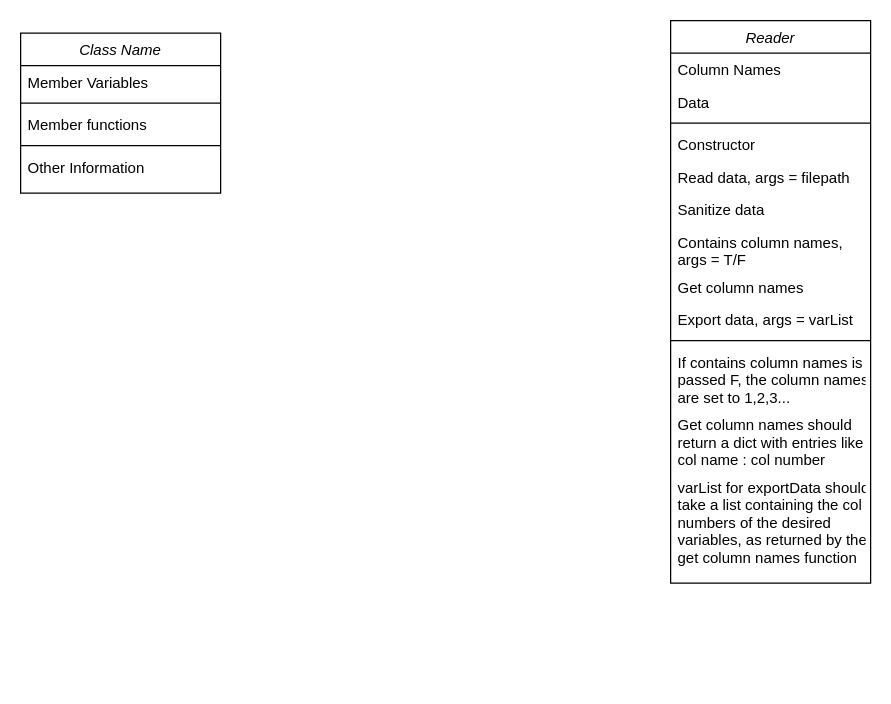
Earlier version of the draw.io diagram Untitled Diagram.drawio (Relurk1/data-visualizer). Source tidied: cells renumbered, new cells numbered last; positions are measured from the earlier drawing's top-left corner, leaving out a move shared by most shapes. Both pictures are drawn from the tidied source at 125%, with x=0, y=0 at pixel (20, 20).
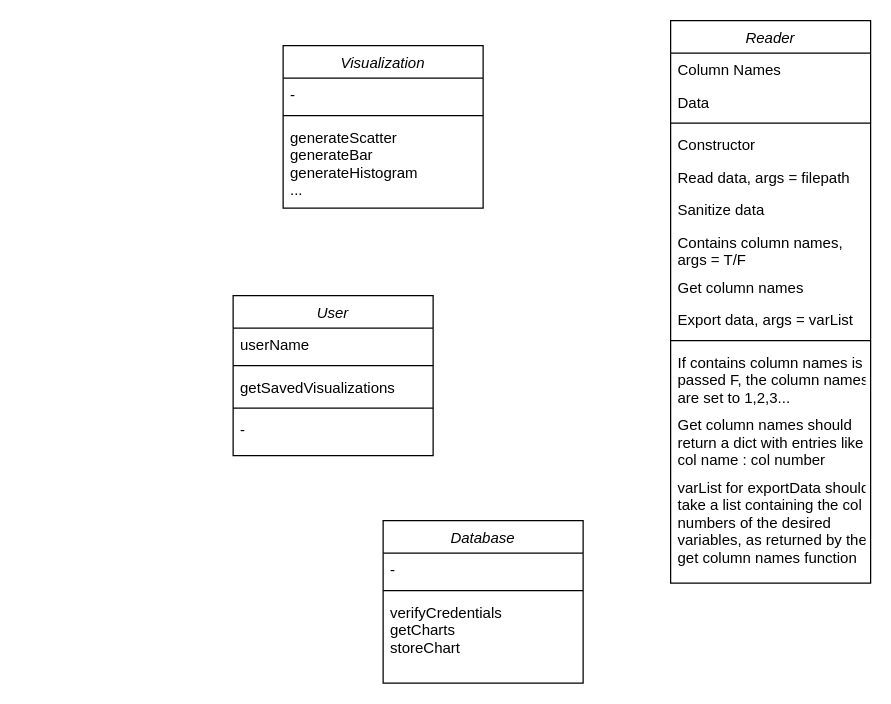
The same page after the edit.

Diff of the diagram source:
```diff
@@
-    <mxCell id="16" value="Class Name" style="swimlane;fontStyle=2;align=center;verticalAlign=top;horizontal=1;startSize=26;rounded=0;shadow=0;strokeWidth=1;" parent="1" vertex="1">
-      <mxGeometry y="10" width="160" height="128" as="geometry" />
-    </mxCell>
-    <mxCell id="17" value="Member Variables" style="text;align=left;verticalAlign=top;spacingLeft=4;spacingRight=4;overflow=hidden;" parent="16" vertex="1">
-      <mxGeometry y="26" width="160" height="26" as="geometry" />
-    </mxCell>
-    <mxCell id="18" style="line;html=1;strokeWidth=1;align=left;verticalAlign=middle;spacingTop=-1;spacingLeft=3;spacingRight=3;labelPosition=right;" parent="16" vertex="1">
-      <mxGeometry y="52" width="160" height="8" as="geometry" />
-    </mxCell>
-    <mxCell id="19" value="Member functions" style="text;align=left;verticalAlign=top;spacingLeft=4;spacingRight=4;overflow=hidden;" parent="16" vertex="1">
-      <mxGeometry y="60" width="160" height="26" as="geometry" />
-    </mxCell>
+    <mxCell id="23" value="Visualization" style="swimlane;fontStyle=2;align=center;verticalAlign=top;horizontal=1;startSize=26;rounded=0;shadow=0;strokeWidth=1;" parent="1" vertex="1">
+      <mxGeometry x="210" y="20" width="160" height="130" as="geometry" />
+    </mxCell>
+    <mxCell id="24" value="-" style="text;align=left;verticalAlign=top;spacingLeft=4;spacingRight=4;overflow=hidden;" parent="23" vertex="1">
+      <mxGeometry y="26" width="160" height="26" as="geometry" />
+    </mxCell>
+    <mxCell id="25" style="line;html=1;strokeWidth=1;align=left;verticalAlign=middle;spacingTop=-1;spacingLeft=3;spacingRight=3;labelPosition=right;" parent="23" vertex="1">
+      <mxGeometry y="52" width="160" height="8" as="geometry" />
+    </mxCell>
+    <mxCell id="26" value="generateScatter&#10;generateBar&#10;generateHistogram&#10;...&#10;&#10;" style="text;align=left;verticalAlign=top;spacingLeft=4;spacingRight=4;overflow=hidden;" parent="23" vertex="1">
+      <mxGeometry y="60" width="160" height="70" as="geometry" />
+    </mxCell>
+    <mxCell id="27" style="line;html=1;strokeWidth=1;align=left;verticalAlign=middle;spacingTop=-1;spacingLeft=3;spacingRight=3;labelPosition=right;" parent="23" vertex="1">
+      <mxGeometry y="130" width="160" as="geometry" />
+    </mxCell>
+    <mxCell id="28" value="User" style="swimlane;fontStyle=2;align=center;verticalAlign=top;horizontal=1;startSize=26;rounded=0;shadow=0;strokeWidth=1;" parent="1" vertex="1">
+      <mxGeometry x="170" y="220" width="160" height="128" as="geometry" />
+    </mxCell>
+    <mxCell id="29" value="userName" style="text;align=left;verticalAlign=top;spacingLeft=4;spacingRight=4;overflow=hidden;" parent="28" vertex="1">
+      <mxGeometry y="26" width="160" height="26" as="geometry" />
+    </mxCell>
+    <mxCell id="30" style="line;html=1;strokeWidth=1;align=left;verticalAlign=middle;spacingTop=-1;spacingLeft=3;spacingRight=3;labelPosition=right;" parent="28" vertex="1">
+      <mxGeometry y="52" width="160" height="8" as="geometry" />
+    </mxCell>
+    <mxCell id="31" value="getSavedVisualizations" style="text;align=left;verticalAlign=top;spacingLeft=4;spacingRight=4;overflow=hidden;" parent="28" vertex="1">
+      <mxGeometry y="60" width="160" height="26" as="geometry" />
+    </mxCell>
-    <mxCell id="20" style="line;html=1;strokeWidth=1;align=left;verticalAlign=middle;spacingTop=-1;spacingLeft=3;spacingRight=3;labelPosition=right;" parent="16" vertex="1">
+    <mxCell id="20" style="line;html=1;strokeWidth=1;align=left;verticalAlign=middle;spacingTop=-1;spacingLeft=3;spacingRight=3;labelPosition=right;" parent="28" vertex="1">
       <mxGeometry y="86" width="160" height="8" as="geometry" />
     </mxCell>
-    <mxCell id="21" value="Other Information" style="text;align=left;verticalAlign=top;spacingLeft=4;spacingRight=4;overflow=hidden;" parent="16" vertex="1">
-      <mxGeometry y="94" width="160" height="26" as="geometry" />
-    </mxCell>
+    <mxCell id="32" value="-" style="text;align=left;verticalAlign=top;spacingLeft=4;spacingRight=4;overflow=hidden;" parent="28" vertex="1">
+      <mxGeometry y="94" width="160" height="26" as="geometry" />
+    </mxCell>
-    <mxCell id="22" style="line;html=1;strokeWidth=1;align=left;verticalAlign=middle;spacingTop=-1;spacingLeft=3;spacingRight=3;labelPosition=right;" parent="16" vertex="1">
+    <mxCell id="22" style="line;html=1;strokeWidth=1;align=left;verticalAlign=middle;spacingTop=-1;spacingLeft=3;spacingRight=3;labelPosition=right;" parent="28" vertex="1">
       <mxGeometry y="120" width="160" as="geometry" />
     </mxCell>
+    <mxCell id="33" value="Database" style="swimlane;fontStyle=2;align=center;verticalAlign=top;horizontal=1;startSize=26;rounded=0;shadow=0;strokeWidth=1;" parent="1" vertex="1">
+      <mxGeometry x="290" y="400" width="160" height="130" as="geometry" />
+    </mxCell>
+    <mxCell id="34" value="-" style="text;align=left;verticalAlign=top;spacingLeft=4;spacingRight=4;overflow=hidden;" parent="33" vertex="1">
+      <mxGeometry y="26" width="160" height="26" as="geometry" />
+    </mxCell>
+    <mxCell id="35" style="line;html=1;strokeWidth=1;align=left;verticalAlign=middle;spacingTop=-1;spacingLeft=3;spacingRight=3;labelPosition=right;" parent="33" vertex="1">
+      <mxGeometry y="52" width="160" height="8" as="geometry" />
+    </mxCell>
+    <mxCell id="36" value="verifyCredentials&#10;getCharts&#10;storeChart&#10;&#10;" style="text;align=left;verticalAlign=top;spacingLeft=4;spacingRight=4;overflow=hidden;" parent="33" vertex="1">
+      <mxGeometry y="60" width="160" height="70" as="geometry" />
+    </mxCell>
+    <mxCell id="37" style="line;html=1;strokeWidth=1;align=left;verticalAlign=middle;spacingTop=-1;spacingLeft=3;spacingRight=3;labelPosition=right;" parent="33" vertex="1">
+      <mxGeometry y="130" width="160" as="geometry" />
+    </mxCell>
```
